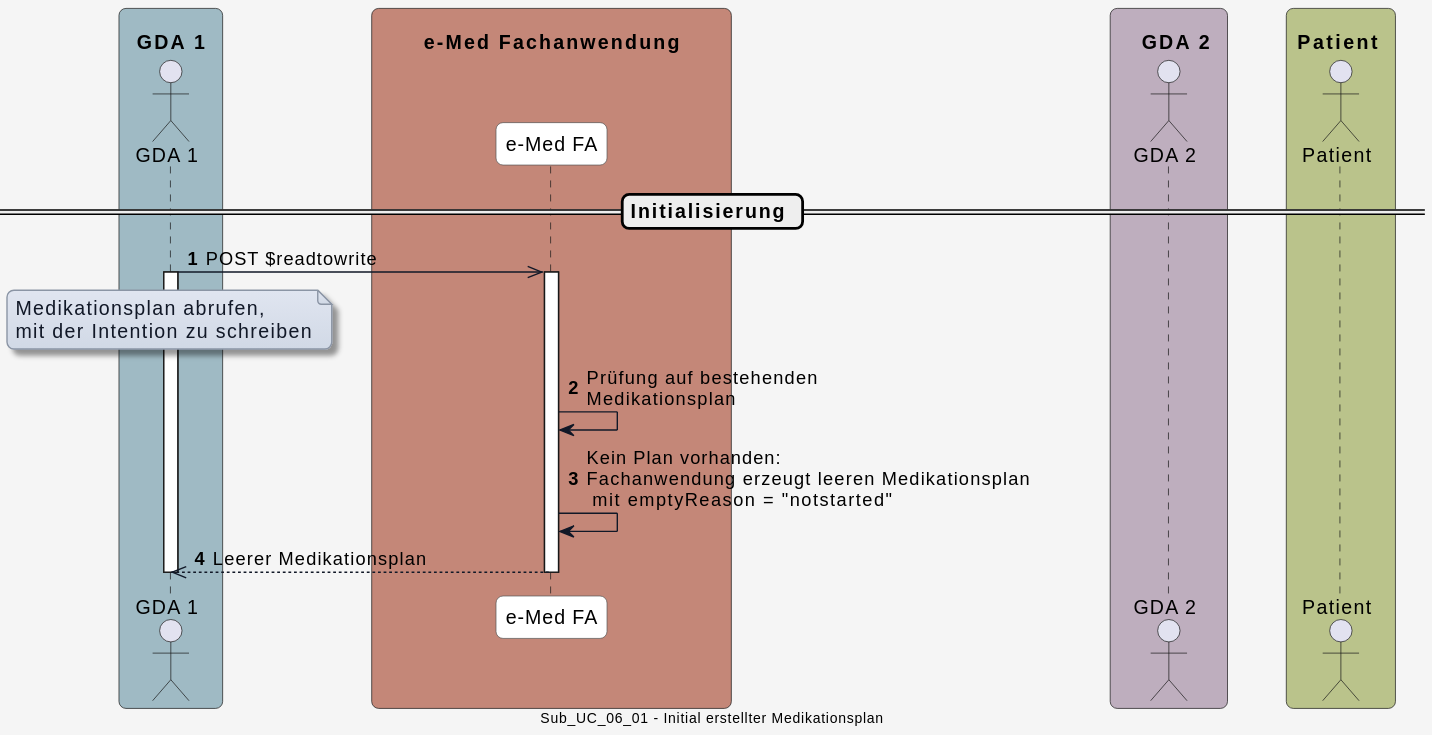
This is input/images/plantuml/UC_06_01.svg from HL7Austria/ELGA-e-Medikation-R4, a PlantUML export, as it was before one commit.
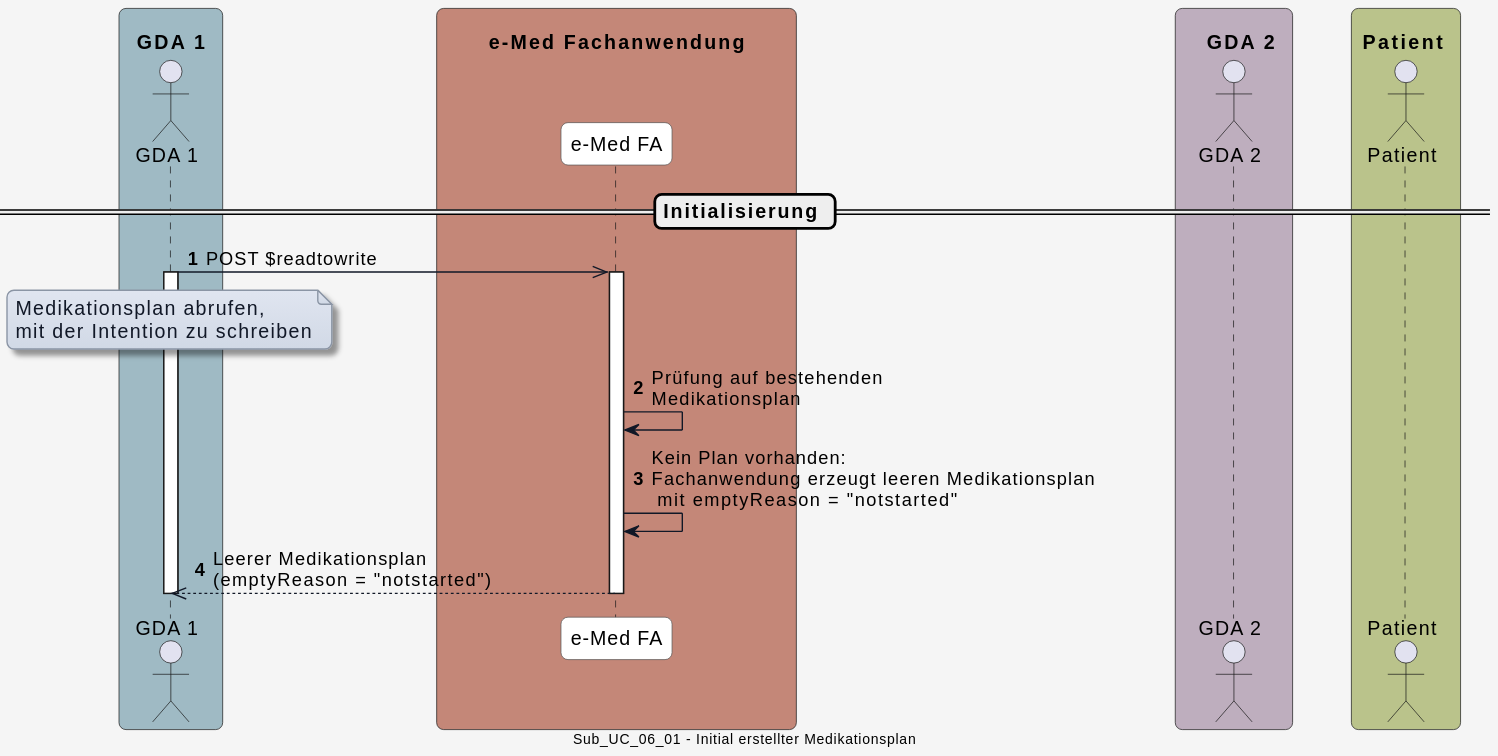
After the change.

Diff of the diagram source:
```diff
@@ -71,7 +71,7 @@
 eMed_FA -> eMed_FA: Prüfung auf bestehenden\nMedikationsplan
 
 eMed_FA -> eMed_FA: Kein Plan vorhanden:\nFachanwendung erzeugt leeren Medikationsplan\n mit emptyReason = "notstarted"
-eMed_FA -->> GDA_1: Leerer Medikationsplan
+eMed_FA -->> GDA_1: Leerer Medikationsplan\n(emptyReason = "notstarted")
 
 deactivate eMed_FA
 deactivate GDA_1
```
